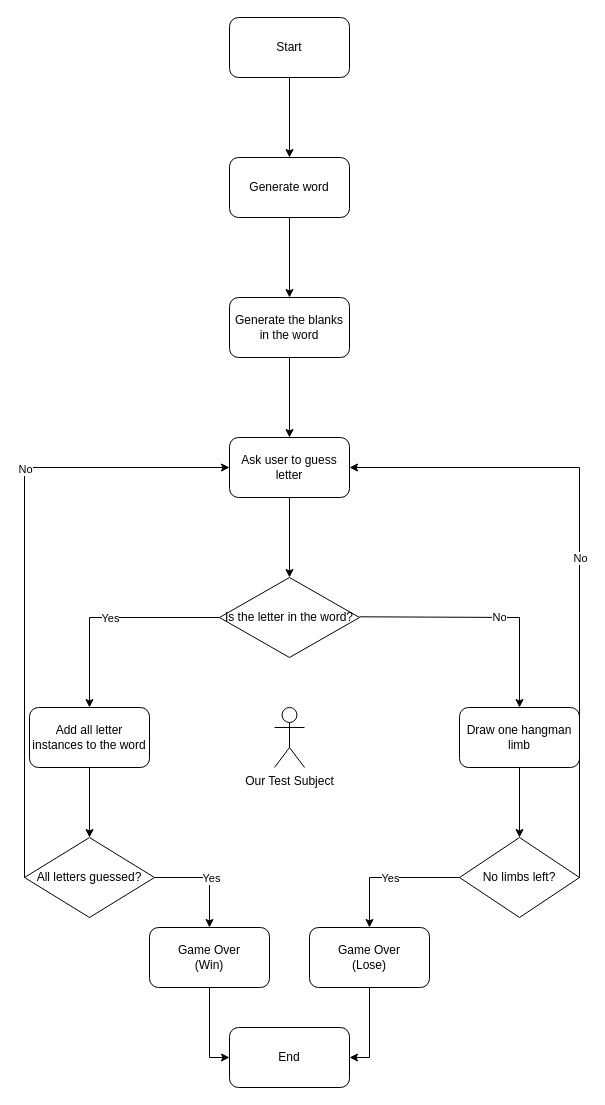
The draw.io diagram model/you/Hangman.drawio in Gitgamer55/gpt4free-ts, before the edit. Source tidied: cells renumbered, new cells numbered last; positions are measured from the earlier drawing's top-left corner, leaving out a move shared by most shapes. Both pictures are drawn from the tidied source at 100%, with x=0, y=0 at pixel (24, 17).
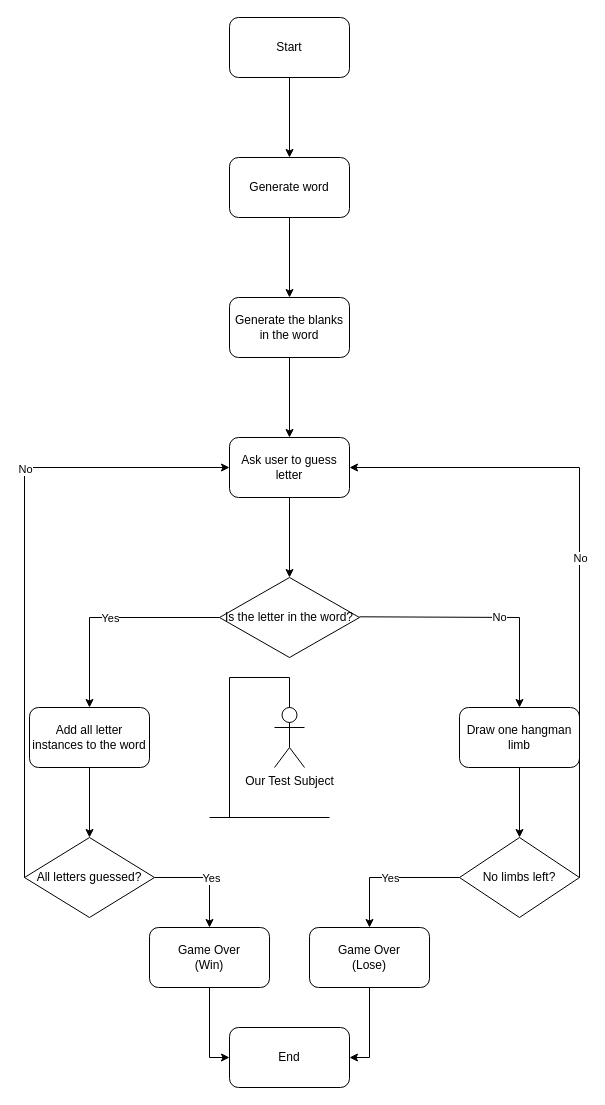
Above is the later version.

Diff of the diagram source:
```diff
@@
+    <mxCell id="35" style="endArrow=none;html=1;rounded=0;" parent="1" edge="1">
+      <mxGeometry relative="1" as="geometry">
+        <mxPoint x="265" y="690" as="sourcePoint" />
+        <mxPoint x="265" y="660" as="targetPoint" />
+      </mxGeometry>
+    </mxCell>
+    <mxCell id="36" style="endArrow=none;html=1;rounded=0;" parent="1" edge="1">
+      <mxGeometry relative="1" as="geometry">
+        <mxPoint x="205" y="660" as="sourcePoint" />
+        <mxPoint x="265" y="660" as="targetPoint" />
+      </mxGeometry>
+    </mxCell>
+    <mxCell id="37" style="endArrow=none;html=1;rounded=0;" parent="1" edge="1">
+      <mxGeometry relative="1" as="geometry">
+        <mxPoint x="205" y="800" as="sourcePoint" />
+        <mxPoint x="205" y="660" as="targetPoint" />
+      </mxGeometry>
+    </mxCell>
+    <mxCell id="38" style="endArrow=none;html=1;rounded=0;" parent="1" edge="1">
+      <mxGeometry relative="1" as="geometry">
+        <mxPoint x="185" y="800" as="sourcePoint" />
+        <mxPoint x="305" y="800" as="targetPoint" />
+      </mxGeometry>
+    </mxCell>
```
